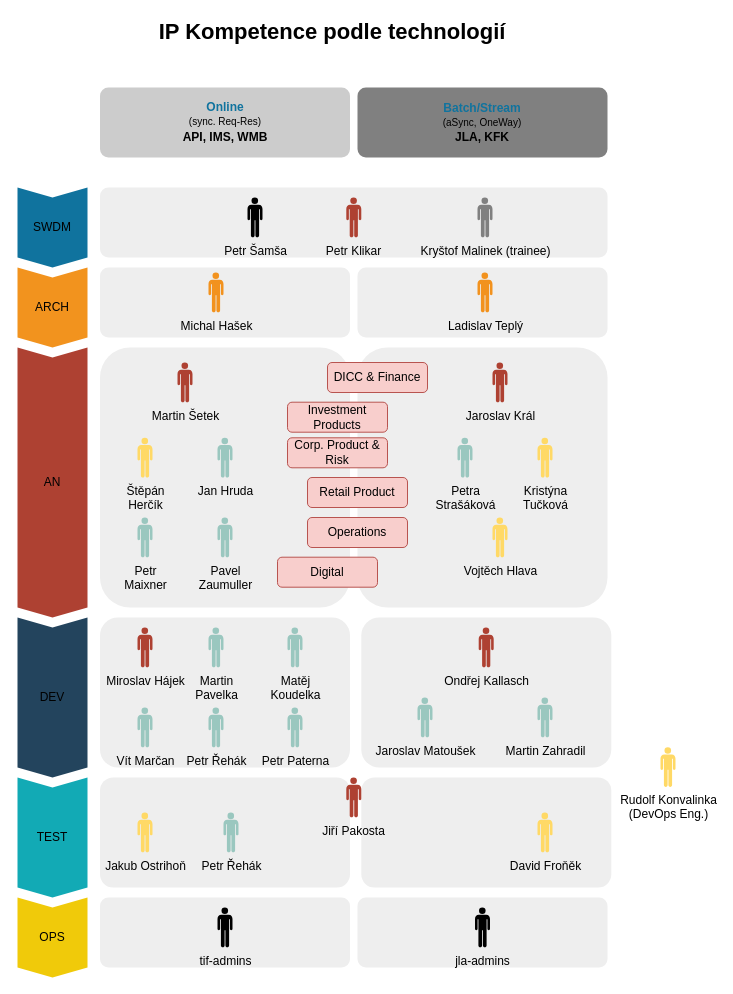
This is IP - TechnologyCompetence.drawio from MichalHasekRB/my-Diagrams, a draw.io file, before an edit. Source tidied: cells renumbered, new cells numbered last; positions are measured from the earlier drawing's top-left corner, leaving out a move shared by most shapes. Both pictures are drawn from the tidied source at 100%, with x=0, y=0 at pixel (17, 17).
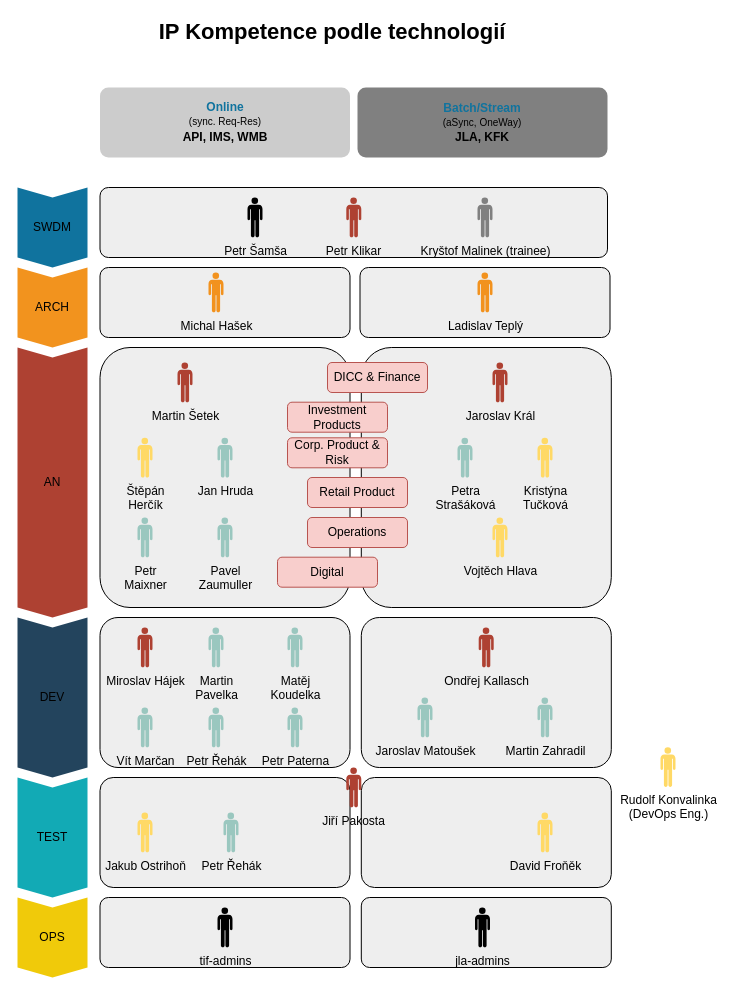
The same page after the edit.

Diff of the diagram source:
```diff
@@
-    <mxCell id="2" style="rounded=1;strokeColor=none;fillColor=#EEEEEE;align=center;arcSize=12;verticalAlign=top;whiteSpace=wrap;html=1;fontSize=12;" parent="1" vertex="1">
-      <mxGeometry x="340" y="330" width="250" height="260" as="geometry" />
+    <mxCell id="2" style="rounded=1;strokeColor=default;fillColor=#EEEEEE;align=center;arcSize=12;verticalAlign=top;whiteSpace=wrap;html=1;fontSize=12;" parent="1" vertex="1">
+      <mxGeometry x="343.8" y="330" width="250" height="260" as="geometry" />
     </mxCell>
@@
-    <mxCell id="8" style="rounded=1;strokeColor=none;fillColor=#EEEEEE;align=center;arcSize=12;verticalAlign=top;whiteSpace=wrap;html=1;fontSize=12;" parent="1" vertex="1">
+    <mxCell id="8" style="rounded=1;strokeColor=default;fillColor=#EEEEEE;align=center;arcSize=12;verticalAlign=top;whiteSpace=wrap;html=1;fontSize=12;" parent="1" vertex="1">
       <mxGeometry x="82.5" y="170" width="507.5" height="70" as="geometry" />
     </mxCell>
-    <mxCell id="9" style="rounded=1;strokeColor=none;fillColor=#EEEEEE;align=center;arcSize=12;verticalAlign=top;whiteSpace=wrap;html=1;fontSize=12;" parent="1" vertex="1">
+    <mxCell id="9" style="rounded=1;strokeColor=default;fillColor=#EEEEEE;align=center;arcSize=12;verticalAlign=top;whiteSpace=wrap;html=1;fontSize=12;" parent="1" vertex="1">
       <mxGeometry x="82.5" y="250" width="250" height="70" as="geometry" />
     </mxCell>
-    <mxCell id="10" style="rounded=1;strokeColor=none;fillColor=#EEEEEE;align=center;arcSize=12;verticalAlign=top;whiteSpace=wrap;html=1;fontSize=12;" parent="1" vertex="1">
+    <mxCell id="10" style="rounded=1;strokeColor=default;fillColor=#EEEEEE;align=center;arcSize=12;verticalAlign=top;whiteSpace=wrap;html=1;fontSize=12;" parent="1" vertex="1">
       <mxGeometry x="82.5" y="330" width="250" height="260" as="geometry" />
     </mxCell>
@@
-    <mxCell id="17" style="rounded=1;strokeColor=none;fillColor=#EEEEEE;align=center;arcSize=12;verticalAlign=top;whiteSpace=wrap;html=1;fontSize=12;" parent="1" vertex="1">
+    <mxCell id="17" style="rounded=1;strokeColor=default;fillColor=#EEEEEE;align=center;arcSize=12;verticalAlign=top;whiteSpace=wrap;html=1;fontSize=12;" parent="1" vertex="1">
       <mxGeometry x="82.5" y="880" width="250" height="70" as="geometry" />
     </mxCell>
@@
-    <mxCell id="19" style="rounded=1;strokeColor=none;fillColor=#EEEEEE;align=center;arcSize=12;verticalAlign=top;whiteSpace=wrap;html=1;fontSize=12;" parent="1" vertex="1">
-      <mxGeometry x="340" y="880" width="250" height="70" as="geometry" />
+    <mxCell id="19" style="rounded=1;strokeColor=default;fillColor=#EEEEEE;align=center;arcSize=12;verticalAlign=top;whiteSpace=wrap;html=1;fontSize=12;" parent="1" vertex="1">
+      <mxGeometry x="343.8" y="880" width="250" height="70" as="geometry" />
     </mxCell>
@@
-    <mxCell id="35" style="rounded=1;strokeColor=none;fillColor=#EEEEEE;align=center;arcSize=12;verticalAlign=top;whiteSpace=wrap;html=1;fontSize=12;" parent="1" vertex="1">
-      <mxGeometry x="340" y="250" width="250" height="70" as="geometry" />
+    <mxCell id="35" style="rounded=1;strokeColor=default;fillColor=#EEEEEE;align=center;arcSize=12;verticalAlign=top;whiteSpace=wrap;html=1;fontSize=12;" parent="1" vertex="1">
+      <mxGeometry x="342.5" y="250" width="250" height="70" as="geometry" />
     </mxCell>
@@
-    <mxCell id="40" style="rounded=1;strokeColor=none;fillColor=#EEEEEE;align=center;arcSize=12;verticalAlign=top;whiteSpace=wrap;html=1;fontSize=12;" parent="1" vertex="1">
+    <mxCell id="40" style="rounded=1;strokeColor=default;fillColor=#EEEEEE;align=center;arcSize=12;verticalAlign=top;whiteSpace=wrap;html=1;fontSize=12;" parent="1" vertex="1">
       <mxGeometry x="82.5" y="600" width="250" height="150" as="geometry" />
     </mxCell>
-    <mxCell id="41" style="rounded=1;strokeColor=none;fillColor=#EEEEEE;align=center;arcSize=12;verticalAlign=top;whiteSpace=wrap;html=1;fontSize=12;" parent="1" vertex="1">
+    <mxCell id="41" style="rounded=1;strokeColor=default;fillColor=#EEEEEE;align=center;arcSize=12;verticalAlign=top;whiteSpace=wrap;html=1;fontSize=12;" parent="1" vertex="1">
       <mxGeometry x="82.5" y="760" width="250" height="110" as="geometry" />
     </mxCell>
@@
-    <mxCell id="44" style="rounded=1;strokeColor=none;fillColor=#EEEEEE;align=center;arcSize=12;verticalAlign=top;whiteSpace=wrap;html=1;fontSize=12;" parent="1" vertex="1">
+    <mxCell id="44" style="rounded=1;strokeColor=default;fillColor=#EEEEEE;align=center;arcSize=12;verticalAlign=top;whiteSpace=wrap;html=1;fontSize=12;" parent="1" vertex="1">
       <mxGeometry x="343.8" y="600" width="250" height="150" as="geometry" />
     </mxCell>
@@
-    <mxCell id="53" style="rounded=1;strokeColor=none;fillColor=#EEEEEE;align=center;arcSize=12;verticalAlign=top;whiteSpace=wrap;html=1;fontSize=12;" parent="1" vertex="1">
+    <mxCell id="53" style="rounded=1;strokeColor=default;fillColor=#EEEEEE;align=center;arcSize=12;verticalAlign=top;whiteSpace=wrap;html=1;fontSize=12;" parent="1" vertex="1">
       <mxGeometry x="343.8" y="760" width="250" height="110" as="geometry" />
     </mxCell>
@@
     <mxCell id="57" value="Jiří Pakosta" style="shape=mxgraph.signs.people.man_1;html=1;fillColor=#ae4132;strokeColor=none;verticalLabelPosition=bottom;verticalAlign=top;align=center;sketch=0;" parent="1" vertex="1">
-      <mxGeometry x="328.8" y="760" width="15" height="39.7" as="geometry" />
+      <mxGeometry x="328.8" y="750" width="15" height="39.7" as="geometry" />
     </mxCell>
```
